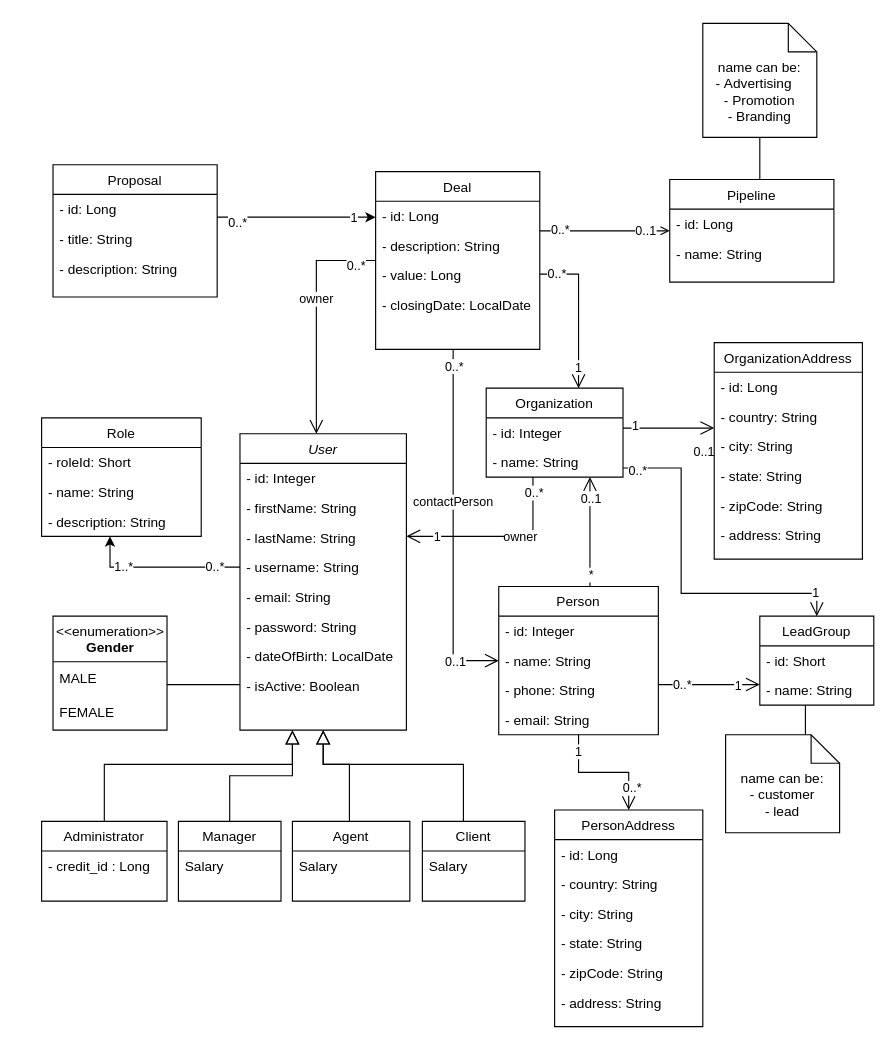
This is diagrams/diagrams.drawio from hassanbenhzaine/Projet_file_rouge_2022, a draw.io file, before an edit. Source tidied: cells renumbered, new cells numbered last; positions are measured from the earlier drawing's top-left corner, leaving out a move shared by most shapes. Both pictures are drawn from the tidied source at 114%, with x=0, y=0 at pixel (41, 23).
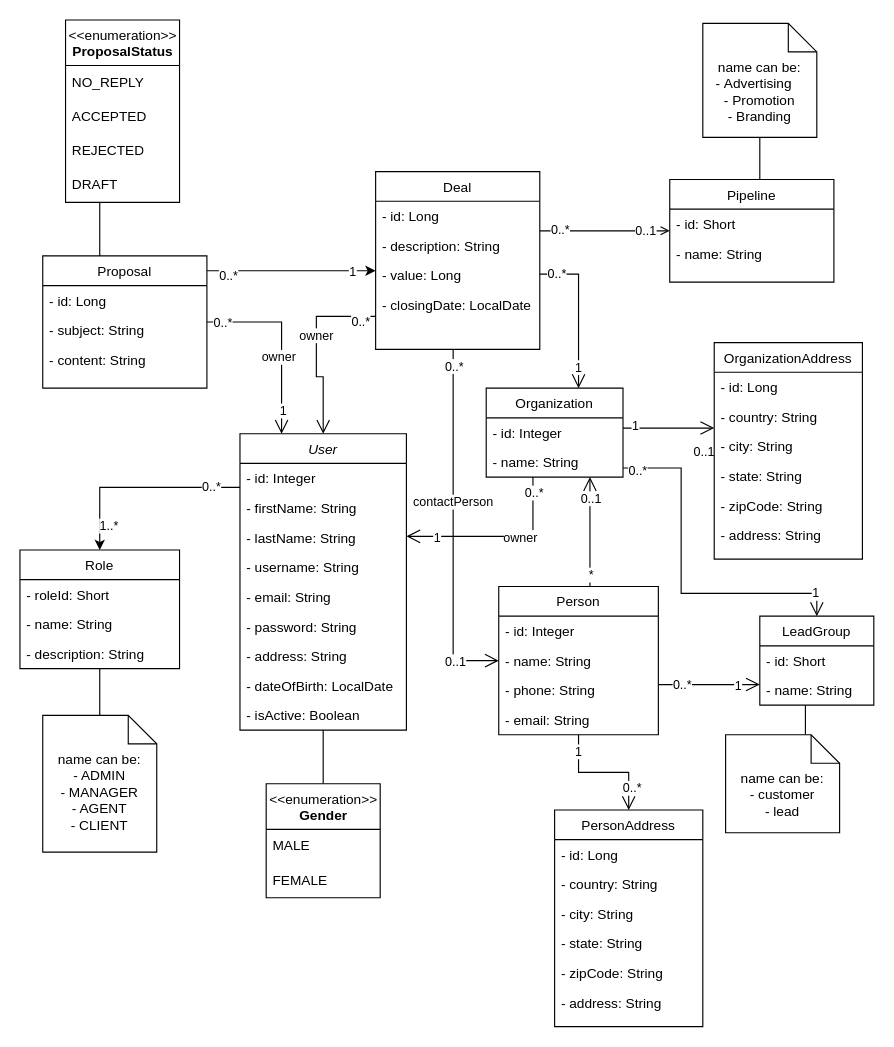
The same diagram, later.

Unchanged cells that the change refers to:
```xml
<mxCell id="5" value="User" style="swimlane;fontStyle=2;align=center;verticalAlign=top;horizontal=1;startSize=26;rounded=0;shadow=0;strokeWidth=1;" parent="1" vertex="1">
  <mxGeometry x="174" y="360" width="146" height="260" as="geometry" />
</mxCell>
<mxCell id="93" value="Deal" style="swimlane;fontStyle=0;align=center;verticalAlign=top;horizontal=1;startSize=26;rounded=0;shadow=0;strokeWidth=1;" parent="1" vertex="1">
  <mxGeometry x="293" y="130" width="144" height="156" as="geometry" />
</mxCell>
<mxCell id="105" value="Pipeline" style="swimlane;fontStyle=0;align=center;verticalAlign=top;horizontal=1;startSize=26;rounded=0;shadow=0;strokeWidth=1;" parent="1" vertex="1">
  <mxGeometry x="551" y="137" width="144" height="90" as="geometry" />
</mxCell>
```

What changed in the source:
```diff
@@
     <mxCell id="2" style="edgeStyle=orthogonalEdgeStyle;rounded=0;jettySize=auto;html=1;" parent="1" edge="1" source="5" target="20">
       <mxGeometry relative="1" as="geometry">
         <Array as="points">
-          <mxPoint x="60" y="477" />
+          <mxPoint x="51" y="407" />
         </Array>
       </mxGeometry>
     </mxCell>
@@
+    <mxCell id="110" value="- address: String" style="text;align=left;verticalAlign=top;spacingLeft=4;spacingRight=4;overflow=hidden;" parent="5" vertex="1">
+      <mxGeometry y="182" width="146" height="26" as="geometry" />
+    </mxCell>
     <mxCell id="12" value="- dateOfBirth: LocalDate" style="text;align=left;verticalAlign=top;spacingLeft=4;spacingRight=4;overflow=hidden;" parent="5" vertex="1">
-      <mxGeometry y="182" width="146" height="26" as="geometry" />
+      <mxGeometry y="208" width="146" height="26" as="geometry" />
     </mxCell>
     <mxCell id="13" value="- isActive: Boolean" style="text;align=left;verticalAlign=top;spacingLeft=4;spacingRight=4;overflow=hidden;" parent="5" vertex="1">
-      <mxGeometry y="208" width="146" height="26" as="geometry" />
+      <mxGeometry y="234" width="146" height="26" as="geometry" />
     </mxCell>
-    <mxCell id="14" value="Administrator" style="swimlane;fontStyle=0;align=center;verticalAlign=top;horizontal=1;startSize=26;rounded=0;shadow=0;strokeWidth=1;" parent="1" vertex="1">
-      <mxGeometry y="700" width="110" height="70" as="geometry" />
-    </mxCell>
-    <mxCell id="15" value="- credit_id : Long" style="text;align=left;verticalAlign=top;spacingLeft=4;spacingRight=4;overflow=hidden;" parent="14" vertex="1">
-      <mxGeometry y="26" width="110" height="26" as="geometry" />
-    </mxCell>
-    <mxCell id="16" style="endArrow=block;endSize=10;endFill=0;shadow=0;strokeWidth=1;rounded=0;edgeStyle=elbowEdgeStyle;elbow=vertical;" parent="1" edge="1" source="14" target="5">
-      <mxGeometry relative="1" as="geometry">
-        <Array as="points">
-          <mxPoint x="220" y="650" />
-        </Array>
-      </mxGeometry>
-    </mxCell>
-    <mxCell id="17" value="Manager" style="swimlane;fontStyle=0;align=center;verticalAlign=top;horizontal=1;startSize=26;rounded=0;shadow=0;strokeWidth=1;" parent="1" vertex="1">
-      <mxGeometry x="120" y="700" width="90" height="70" as="geometry" />
-    </mxCell>
-    <mxCell id="18" value="Salary" style="text;align=left;verticalAlign=top;spacingLeft=4;spacingRight=4;overflow=hidden;" parent="17" vertex="1">
-      <mxGeometry y="26" width="90" height="26" as="geometry" />
-    </mxCell>
-    <mxCell id="19" style="endArrow=block;endSize=10;endFill=0;shadow=0;strokeWidth=1;rounded=0;edgeStyle=elbowEdgeStyle;elbow=vertical;" parent="1" edge="1" source="17" target="5">
-      <mxGeometry relative="1" as="geometry">
-        <Array as="points">
-          <mxPoint x="220" y="660" />
-        </Array>
-      </mxGeometry>
-    </mxCell>
     <mxCell id="20" value="Role" style="swimlane;fontStyle=0;horizontal=1;startSize=26;fillColor=none;" parent="1" vertex="1">
-      <mxGeometry y="346" width="140" height="104" as="geometry" />
+      <mxGeometry x="-19" y="462" width="140" height="104" as="geometry" />
     </mxCell>
@@
-    <mxCell id="24" style="edgeStyle=orthogonalEdgeStyle;rounded=0;jettySize=auto;html=1;endArrow=block;endFill=0;endSize=10;" parent="1" edge="1" source="25" target="5">
-      <mxGeometry relative="1" as="geometry">
-        <Array as="points">
-          <mxPoint x="270" y="650" />
-          <mxPoint x="247" y="650" />
-        </Array>
-      </mxGeometry>
-    </mxCell>
-    <mxCell id="25" value="Agent" style="swimlane;fontStyle=0;align=center;verticalAlign=top;horizontal=1;startSize=26;rounded=0;shadow=0;strokeWidth=1;" parent="1" vertex="1">
-      <mxGeometry x="220" y="700" width="103" height="70" as="geometry" />
-    </mxCell>
-    <mxCell id="26" value="Salary" style="text;align=left;verticalAlign=top;spacingLeft=4;spacingRight=4;overflow=hidden;" parent="25" vertex="1">
-      <mxGeometry y="26" width="103" height="26" as="geometry" />
-    </mxCell>
-    <mxCell id="27" style="edgeStyle=orthogonalEdgeStyle;rounded=0;jettySize=auto;html=1;endArrow=block;endFill=0;endSize=10;" parent="1" edge="1" source="28" target="5">
-      <mxGeometry relative="1" as="geometry">
-        <Array as="points">
-          <mxPoint x="370" y="650" />
-          <mxPoint x="247" y="650" />
-        </Array>
-      </mxGeometry>
-    </mxCell>
-    <mxCell id="28" value="Client" style="swimlane;fontStyle=0;align=center;verticalAlign=top;horizontal=1;startSize=26;rounded=0;shadow=0;strokeWidth=1;" parent="1" vertex="1">
-      <mxGeometry x="334" y="700" width="90" height="70" as="geometry" />
-    </mxCell>
-    <mxCell id="29" value="Salary" style="text;align=left;verticalAlign=top;spacingLeft=4;spacingRight=4;overflow=hidden;" parent="28" vertex="1">
-      <mxGeometry y="26" width="90" height="26" as="geometry" />
-    </mxCell>
@@
     <mxCell id="69" style="edgeStyle=orthogonalEdgeStyle;rounded=0;jettySize=auto;html=1;endArrow=none;endFill=0;endSize=10;" parent="1" edge="1" source="70" target="5">
       <mxGeometry relative="1" as="geometry">
         <Array as="points">
-          <mxPoint x="160" y="580" />
-          <mxPoint x="160" y="580" />
+          <mxPoint x="247" y="637" />
+          <mxPoint x="247" y="637" />
         </Array>
       </mxGeometry>
     </mxCell>
     <mxCell id="70" value="&amp;lt;&amp;lt;enumeration&amp;gt;&amp;gt;&lt;br&gt;&lt;b&gt;Gender&lt;/b&gt;" style="swimlane;fontStyle=0;align=center;verticalAlign=top;horizontal=1;startSize=40;html=1;" parent="1" vertex="1">
-      <mxGeometry x="10" y="520" width="100" height="100" as="geometry" />
+      <mxGeometry x="197" y="667" width="100" height="100" as="geometry" />
     </mxCell>
@@
     <mxCell id="80" style="edgeStyle=orthogonalEdgeStyle;rounded=0;jettySize=auto;html=1;endArrow=open;endFill=0;endSize=10;" parent="1" edge="1" source="93" target="5">
       <mxGeometry relative="1" as="geometry">
         <Array as="points">
+          <mxPoint x="241" y="257" />
           <mxPoint x="241" y="310" />
-          <mxPoint x="241" y="310" />
+          <mxPoint x="247" y="310" />
         </Array>
       </mxGeometry>
     </mxCell>
@@
     <mxCell id="98" style="edgeStyle=orthogonalEdgeStyle;rounded=0;jettySize=auto;html=1;" parent="1" edge="1" source="101" target="93">
       <mxGeometry relative="1" as="geometry">
         <Array as="points">
-          <mxPoint x="201" y="170" />
-          <mxPoint x="201" y="170" />
+          <mxPoint x="191" y="217" />
+          <mxPoint x="191" y="217" />
         </Array>
       </mxGeometry>
     </mxCell>
@@
+    <mxCell id="111" style="edgeStyle=orthogonalEdgeStyle;rounded=0;jettySize=auto;html=1;entryX=0.25;entryY=0;entryDx=0;entryDy=0;endArrow=open;endFill=0;endSize=10;" parent="1" edge="1" source="101" target="5">
+      <mxGeometry relative="1" as="geometry">
+        <Array as="points">
+          <mxPoint x="210" y="262" />
+        </Array>
+      </mxGeometry>
+    </mxCell>
+    <mxCell id="112" value="owner" style="edgeLabel;html=1;align=center;verticalAlign=middle;" parent="111" vertex="1">
+      <mxGeometry x="0.18" y="-3" relative="1" as="geometry" />
+    </mxCell>
+    <mxCell id="113" value="1" style="edgeLabel;html=1;align=center;verticalAlign=middle;" parent="111" vertex="1">
+      <mxGeometry x="0.75" y="1" relative="1" as="geometry" />
+    </mxCell>
+    <mxCell id="114" value="0..*" style="edgeLabel;html=1;align=center;verticalAlign=middle;" parent="111" vertex="1">
+      <mxGeometry x="-0.84" relative="1" as="geometry" />
+    </mxCell>
     <mxCell id="101" value="Proposal" style="swimlane;fontStyle=0;align=center;verticalAlign=top;horizontal=1;startSize=26;rounded=0;shadow=0;strokeWidth=1;" parent="1" vertex="1">
-      <mxGeometry x="10" y="124" width="144" height="116" as="geometry" />
+      <mxGeometry x="1" y="204" width="144" height="116" as="geometry" />
     </mxCell>
@@
-    <mxCell id="103" value="- title: String" style="text;align=left;verticalAlign=top;spacingLeft=4;spacingRight=4;overflow=hidden;" parent="101" vertex="1">
+    <mxCell id="103" value="- subject: String" style="text;align=left;verticalAlign=top;spacingLeft=4;spacingRight=4;overflow=hidden;" parent="101" vertex="1">
       <mxGeometry y="52" width="144" height="26" as="geometry" />
     </mxCell>
-    <mxCell id="104" value="- description: String" style="text;align=left;verticalAlign=top;spacingLeft=4;spacingRight=4;overflow=hidden;" parent="101" vertex="1">
+    <mxCell id="104" value="- content: String" style="text;align=left;verticalAlign=top;spacingLeft=4;spacingRight=4;overflow=hidden;" parent="101" vertex="1">
       <mxGeometry y="78" width="144" height="26" as="geometry" />
     </mxCell>
@@
-    <mxCell id="106" value="- id: Long" style="text;align=left;verticalAlign=top;spacingLeft=4;spacingRight=4;overflow=hidden;" parent="105" vertex="1">
+    <mxCell id="106" value="- id: Short" style="text;align=left;verticalAlign=top;spacingLeft=4;spacingRight=4;overflow=hidden;" parent="105" vertex="1">
       <mxGeometry y="26" width="144" height="26" as="geometry" />
     </mxCell>
@@
+    <mxCell id="115" style="edgeStyle=orthogonalEdgeStyle;rounded=0;jettySize=auto;html=1;endArrow=none;endFill=0;endSize=10;" parent="1" edge="1" source="116" target="20">
+      <mxGeometry relative="1" as="geometry" />
+    </mxCell>
+    <mxCell id="116" value="name can be:&lt;br&gt;- ADMIN&lt;span&gt;&lt;br&gt;&lt;/span&gt;- MANAGER&lt;br&gt;- AGENT&lt;br&gt;- CLIENT" style="shape=note2;boundedLbl=1;whiteSpace=wrap;html=1;size=25;verticalAlign=top;align=center;" parent="1" vertex="1">
+      <mxGeometry x="1" y="607" width="100" height="120" as="geometry" />
+    </mxCell>
+    <mxCell id="117" style="edgeStyle=orthogonalEdgeStyle;rounded=0;jettySize=auto;html=1;endArrow=none;endFill=0;" parent="1" edge="1" source="118" target="101">
+      <mxGeometry relative="1" as="geometry">
+        <Array as="points">
+          <mxPoint x="51" y="167" />
+          <mxPoint x="51" y="167" />
+        </Array>
+      </mxGeometry>
+    </mxCell>
+    <mxCell id="118" value="&amp;lt;&amp;lt;enumeration&amp;gt;&amp;gt;&lt;br&gt;&lt;b&gt;ProposalStatus&lt;/b&gt;" style="swimlane;fontStyle=0;align=center;verticalAlign=top;horizontal=1;startSize=40;html=1;" parent="1" vertex="1">
+      <mxGeometry x="21" y="-3" width="100" height="160" as="geometry" />
+    </mxCell>
+    <mxCell id="119" value="NO_REPLY" style="text;html=1;strokeColor=none;fillColor=none;align=left;verticalAlign=middle;spacingLeft=4;spacingRight=4;overflow=hidden;" parent="118" vertex="1">
+      <mxGeometry y="40" width="100" height="30" as="geometry" />
+    </mxCell>
+    <mxCell id="120" value="ACCEPTED" style="text;html=1;strokeColor=none;fillColor=none;align=left;verticalAlign=middle;spacingLeft=4;spacingRight=4;overflow=hidden;" parent="118" vertex="1">
+      <mxGeometry y="70" width="100" height="30" as="geometry" />
+    </mxCell>
+    <mxCell id="121" value="REJECTED" style="text;html=1;strokeColor=none;fillColor=none;align=left;verticalAlign=middle;spacingLeft=4;spacingRight=4;overflow=hidden;" parent="118" vertex="1">
+      <mxGeometry y="100" width="100" height="30" as="geometry" />
+    </mxCell>
+    <mxCell id="122" value="DRAFT" style="text;html=1;strokeColor=none;fillColor=none;align=left;verticalAlign=middle;spacingLeft=4;spacingRight=4;overflow=hidden;" parent="118" vertex="1">
+      <mxGeometry y="130" width="100" height="30" as="geometry" />
+    </mxCell>
```
